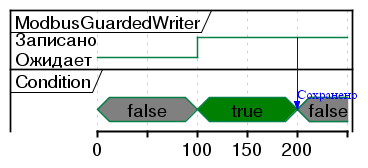
Earlier version of the PlantUML export Dissertation/images/modbus_guarded_writer.png (UlrichVonRekkenin/PhdLaTeX).
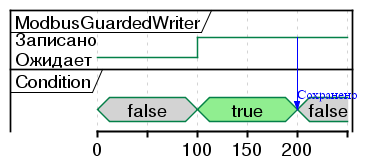
Later version of the same file.

The edit, as a diff of the source:
```diff
@@ -13,9 +13,9 @@
 concise "Condition" as cond
 
 @cond
-0 is false #Gray
-100 is true #Green
-200 is false #Gray
+0 is false #LightGray
+100 is true #LightGreen
+200 is false #LightGray
 
 @guard
 0 is Ожидает
```
